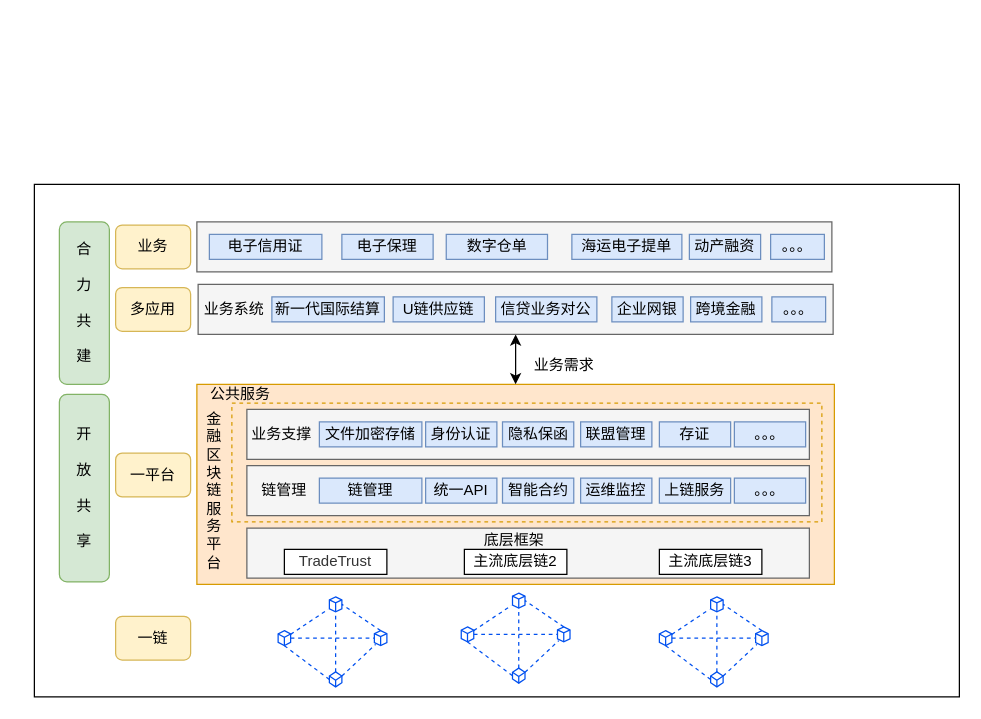
Before: 区块链金融服务.drawio in wuchenxi123/draw, a draw.io diagram. Source tidied: cells renumbered, new cells numbered last; positions are measured from the earlier drawing's top-left corner, leaving out a move shared by most shapes. Both pictures are drawn from the tidied source at 125%, with x=0, y=0 at pixel (34, 184).
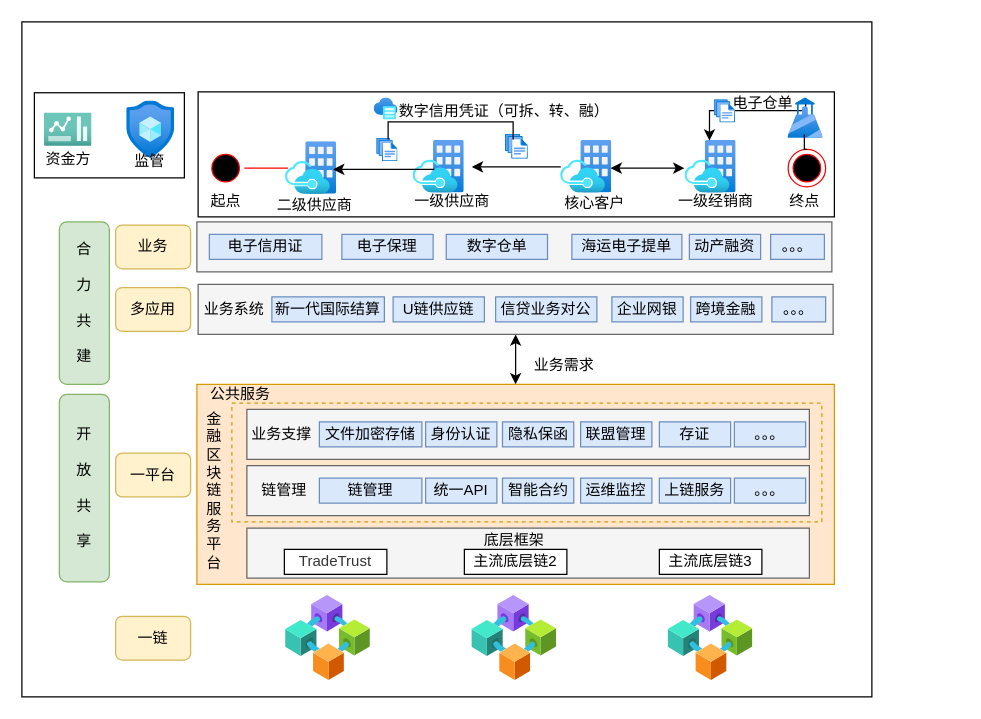
The same diagram, later.

Commit message:
区块链金融服务.drawio

Diff of the diagram source:
```diff
@@
     <mxCell id="2" style="rounded=0;whiteSpace=wrap;html=1;" parent="1" vertex="1">
-      <mxGeometry width="740" height="410" as="geometry" />
+      <mxGeometry x="-10" y="-130" width="680" height="540" as="geometry" />
     </mxCell>
@@
-    <mxCell id="30" style="html=1;shape=mxgraph.basic.isocube;isoAngle=15;strokeColor=#0050EF;" parent="1" vertex="1">
-      <mxGeometry x="236" y="330" width="10" height="12" as="geometry" />
-    </mxCell>
-    <mxCell id="31" style="endArrow=none;html=1;rounded=0;dashed=1;strokeColor=#0050EF;" parent="1" edge="1">
-      <mxGeometry relative="1" as="geometry">
-        <mxPoint x="205" y="360" as="sourcePoint" />
-        <mxPoint x="235" y="340" as="targetPoint" />
-      </mxGeometry>
-    </mxCell>
-    <mxCell id="32" style="html=1;shape=mxgraph.basic.isocube;isoAngle=16.5;strokeColor=#0050EF;" parent="1" vertex="1">
-      <mxGeometry x="195" y="357" width="10" height="12" as="geometry" />
-    </mxCell>
-    <mxCell id="33" style="html=1;shape=mxgraph.basic.isocube;isoAngle=20.5;strokeColor=#0050EF;" parent="1" vertex="1">
-      <mxGeometry x="236" y="390" width="10" height="12" as="geometry" />
-    </mxCell>
-    <mxCell id="34" style="html=1;shape=mxgraph.basic.isocube;isoAngle=15;strokeColor=#0050EF;" parent="1" vertex="1">
-      <mxGeometry x="272" y="357" width="10" height="12" as="geometry" />
-    </mxCell>
-    <mxCell id="35" style="endArrow=none;html=1;rounded=0;entryX=1;entryY=0.5;entryDx=0;entryDy=0;entryPerimeter=0;exitX=0.5;exitY=0;exitDx=0;exitDy=0;exitPerimeter=0;dashed=1;strokeColor=#0050EF;" parent="1" edge="1" source="34" target="30">
-      <mxGeometry relative="1" as="geometry" />
-    </mxCell>
-    <mxCell id="36" style="endArrow=none;html=1;rounded=0;exitX=0.5;exitY=1;exitDx=0;exitDy=0;exitPerimeter=0;entryX=0;entryY=0.5;entryDx=0;entryDy=0;entryPerimeter=0;dashed=1;strokeColor=#0050EF;" parent="1" edge="1" source="32" target="33">
-      <mxGeometry relative="1" as="geometry" />
-    </mxCell>
-    <mxCell id="37" style="endArrow=none;html=1;rounded=0;exitX=0;exitY=0;exitDx=10;exitDy=3.336252395631514;exitPerimeter=0;dashed=1;strokeColor=#0050EF;" parent="1" edge="1" source="33">
-      <mxGeometry relative="1" as="geometry">
-        <mxPoint x="273" y="368" as="targetPoint" />
-      </mxGeometry>
-    </mxCell>
-    <mxCell id="38" style="endArrow=none;html=1;rounded=0;exitX=0.5;exitY=0;exitDx=0;exitDy=0;exitPerimeter=0;entryX=0.5;entryY=1;entryDx=0;entryDy=0;entryPerimeter=0;dashed=1;strokeColor=#0050EF;" parent="1" edge="1" source="33" target="30">
-      <mxGeometry relative="1" as="geometry" />
-    </mxCell>
-    <mxCell id="39" style="endArrow=none;html=1;rounded=0;exitX=1;exitY=0.5;exitDx=0;exitDy=0;exitPerimeter=0;entryX=0;entryY=0.5;entryDx=0;entryDy=0;entryPerimeter=0;dashed=1;strokeColor=#0050EF;" parent="1" edge="1" source="32" target="34">
-      <mxGeometry relative="1" as="geometry" />
-    </mxCell>
-    <mxCell id="40" style="html=1;shape=mxgraph.basic.isocube;isoAngle=15;strokeColor=#0050EF;" parent="1" vertex="1">
-      <mxGeometry x="382.5" y="327" width="10" height="12" as="geometry" />
-    </mxCell>
-    <mxCell id="41" style="endArrow=none;html=1;rounded=0;dashed=1;strokeColor=#0050EF;" parent="1" edge="1">
-      <mxGeometry relative="1" as="geometry">
-        <mxPoint x="351.5" y="357" as="sourcePoint" />
-        <mxPoint x="381.5" y="337" as="targetPoint" />
-      </mxGeometry>
-    </mxCell>
-    <mxCell id="42" style="html=1;shape=mxgraph.basic.isocube;isoAngle=16.5;strokeColor=#0050EF;" parent="1" vertex="1">
-      <mxGeometry x="341.5" y="354" width="10" height="12" as="geometry" />
-    </mxCell>
-    <mxCell id="43" style="html=1;shape=mxgraph.basic.isocube;isoAngle=20.5;strokeColor=#0050EF;" parent="1" vertex="1">
-      <mxGeometry x="382.5" y="387" width="10" height="12" as="geometry" />
-    </mxCell>
-    <mxCell id="44" style="html=1;shape=mxgraph.basic.isocube;isoAngle=15;strokeColor=#0050EF;" parent="1" vertex="1">
-      <mxGeometry x="418.5" y="354" width="10" height="12" as="geometry" />
-    </mxCell>
-    <mxCell id="45" style="endArrow=none;html=1;rounded=0;entryX=1;entryY=0.5;entryDx=0;entryDy=0;entryPerimeter=0;exitX=0.5;exitY=0;exitDx=0;exitDy=0;exitPerimeter=0;dashed=1;strokeColor=#0050EF;" parent="1" edge="1" source="44" target="40">
-      <mxGeometry relative="1" as="geometry" />
-    </mxCell>
-    <mxCell id="46" style="endArrow=none;html=1;rounded=0;exitX=0.5;exitY=1;exitDx=0;exitDy=0;exitPerimeter=0;entryX=0;entryY=0.5;entryDx=0;entryDy=0;entryPerimeter=0;dashed=1;strokeColor=#0050EF;" parent="1" edge="1" source="42" target="43">
-      <mxGeometry relative="1" as="geometry" />
-    </mxCell>
-    <mxCell id="47" style="endArrow=none;html=1;rounded=0;exitX=0;exitY=0;exitDx=10;exitDy=3.336252395631514;exitPerimeter=0;dashed=1;strokeColor=#0050EF;" parent="1" edge="1" source="43">
-      <mxGeometry relative="1" as="geometry">
-        <mxPoint x="419.5" y="365" as="targetPoint" />
-      </mxGeometry>
-    </mxCell>
-    <mxCell id="48" style="endArrow=none;html=1;rounded=0;exitX=0.5;exitY=0;exitDx=0;exitDy=0;exitPerimeter=0;entryX=0.5;entryY=1;entryDx=0;entryDy=0;entryPerimeter=0;dashed=1;strokeColor=#0050EF;" parent="1" edge="1" source="43" target="40">
-      <mxGeometry relative="1" as="geometry" />
-    </mxCell>
-    <mxCell id="49" style="endArrow=none;html=1;rounded=0;exitX=1;exitY=0.5;exitDx=0;exitDy=0;exitPerimeter=0;entryX=0;entryY=0.5;entryDx=0;entryDy=0;entryPerimeter=0;dashed=1;strokeColor=#0050EF;" parent="1" edge="1" source="42" target="44">
-      <mxGeometry relative="1" as="geometry" />
-    </mxCell>
-    <mxCell id="50" style="html=1;shape=mxgraph.basic.isocube;isoAngle=15;strokeColor=#0050EF;" parent="1" vertex="1">
-      <mxGeometry x="541" y="330" width="10" height="12" as="geometry" />
-    </mxCell>
-    <mxCell id="51" style="endArrow=none;html=1;rounded=0;dashed=1;strokeColor=#0050EF;" parent="1" edge="1">
-      <mxGeometry relative="1" as="geometry">
-        <mxPoint x="510" y="360" as="sourcePoint" />
-        <mxPoint x="540" y="340" as="targetPoint" />
-      </mxGeometry>
-    </mxCell>
-    <mxCell id="52" style="html=1;shape=mxgraph.basic.isocube;isoAngle=16.5;strokeColor=#0050EF;" parent="1" vertex="1">
-      <mxGeometry x="500" y="357" width="10" height="12" as="geometry" />
-    </mxCell>
-    <mxCell id="53" style="html=1;shape=mxgraph.basic.isocube;isoAngle=20.5;strokeColor=#0050EF;" parent="1" vertex="1">
-      <mxGeometry x="541" y="390" width="10" height="12" as="geometry" />
-    </mxCell>
-    <mxCell id="54" style="html=1;shape=mxgraph.basic.isocube;isoAngle=15;strokeColor=#0050EF;" parent="1" vertex="1">
-      <mxGeometry x="577" y="357" width="10" height="12" as="geometry" />
-    </mxCell>
-    <mxCell id="55" style="endArrow=none;html=1;rounded=0;entryX=1;entryY=0.5;entryDx=0;entryDy=0;entryPerimeter=0;exitX=0.5;exitY=0;exitDx=0;exitDy=0;exitPerimeter=0;dashed=1;strokeColor=#0050EF;" parent="1" edge="1" source="54" target="50">
-      <mxGeometry relative="1" as="geometry" />
-    </mxCell>
-    <mxCell id="56" style="endArrow=none;html=1;rounded=0;exitX=0.5;exitY=1;exitDx=0;exitDy=0;exitPerimeter=0;entryX=0;entryY=0.5;entryDx=0;entryDy=0;entryPerimeter=0;dashed=1;strokeColor=#0050EF;" parent="1" edge="1" source="52" target="53">
-      <mxGeometry relative="1" as="geometry" />
-    </mxCell>
-    <mxCell id="57" style="endArrow=none;html=1;rounded=0;exitX=0;exitY=0;exitDx=10;exitDy=3.336252395631514;exitPerimeter=0;dashed=1;strokeColor=#0050EF;" parent="1" edge="1" source="53">
-      <mxGeometry relative="1" as="geometry">
-        <mxPoint x="578" y="368" as="targetPoint" />
-      </mxGeometry>
-    </mxCell>
-    <mxCell id="58" style="endArrow=none;html=1;rounded=0;exitX=0.5;exitY=0;exitDx=0;exitDy=0;exitPerimeter=0;entryX=0.5;entryY=1;entryDx=0;entryDy=0;entryPerimeter=0;dashed=1;strokeColor=#0050EF;" parent="1" edge="1" source="53" target="50">
-      <mxGeometry relative="1" as="geometry" />
-    </mxCell>
-    <mxCell id="59" style="endArrow=none;html=1;rounded=0;exitX=1;exitY=0.5;exitDx=0;exitDy=0;exitPerimeter=0;entryX=0;entryY=0.5;entryDx=0;entryDy=0;entryPerimeter=0;dashed=1;strokeColor=#0050EF;" parent="1" edge="1" source="52" target="54">
-      <mxGeometry relative="1" as="geometry" />
-    </mxCell>
@@
+    <mxCell id="81" style="rounded=0;whiteSpace=wrap;html=1;" parent="1" vertex="1">
+      <mxGeometry x="131" y="-74" width="509" height="100" as="geometry" />
+    </mxCell>
+    <mxCell id="82" style="image;html=1;align=center;fontSize=12;image=img/lib/azure2/blockchain/Consortium.svg;" parent="1" vertex="1">
+      <mxGeometry x="201" y="329" width="68" height="68" as="geometry" />
+    </mxCell>
+    <mxCell id="83" style="image;html=1;align=center;fontSize=12;image=img/lib/azure2/blockchain/Consortium.svg;" parent="1" vertex="1">
+      <mxGeometry x="507" y="329" width="68" height="68" as="geometry" />
+    </mxCell>
+    <mxCell id="84" style="image;html=1;align=center;fontSize=12;image=img/lib/azure2/blockchain/Consortium.svg;" parent="1" vertex="1">
+      <mxGeometry x="350" y="329" width="68" height="68" as="geometry" />
+    </mxCell>
+    <mxCell id="85" style="image;html=1;points=[];align=center;fontSize=12;image=img/lib/azure2/azure_stack/Azure_Stack.svg;" parent="1" vertex="1">
+      <mxGeometry x="201" y="-34.1" width="40.9" height="42.2" as="geometry" />
+    </mxCell>
+    <mxCell id="86" style="ellipse;html=1;shape=startState;fillColor=#000000;strokeColor=#ff0000;" parent="1" vertex="1">
+      <mxGeometry x="138" y="-28" width="30" height="30" as="geometry" />
+    </mxCell>
+    <mxCell id="87" style="edgeStyle=orthogonalEdgeStyle;html=1;verticalAlign=bottom;endArrow=none;endSize=8;strokeColor=#ff0000;rounded=0;entryX=0.046;entryY=0.5;entryDx=0;entryDy=0;entryPerimeter=0;endFill=0;" parent="1" edge="1" source="86" target="85">
+      <mxGeometry relative="1" as="geometry" />
+    </mxCell>
+    <mxCell id="88" style="ellipse;html=1;shape=endState;fillColor=#000000;strokeColor=#ff0000;" parent="1" vertex="1">
+      <mxGeometry x="603" y="-28" width="30" height="30" as="geometry" />
+    </mxCell>
+    <mxCell id="89" style="image;html=1;align=center;fontSize=12;image=img/lib/azure2/azure_stack/Azure_Stack.svg;" parent="1" vertex="1">
+      <mxGeometry x="303.1" y="-35.1" width="40.9" height="42.2" as="geometry" />
+    </mxCell>
+    <mxCell id="90" style="image;html=1;points=[];align=center;fontSize=12;image=img/lib/azure2/azure_stack/Azure_Stack.svg;" parent="1" vertex="1">
+      <mxGeometry x="421.1" y="-35.1" width="40.9" height="42.2" as="geometry" />
+    </mxCell>
+    <mxCell id="91" style="image;html=1;points=[];align=center;fontSize=12;image=img/lib/azure2/azure_stack/Azure_Stack.svg;" parent="1" vertex="1">
+      <mxGeometry x="520.6" y="-35.1" width="40.9" height="42.2" as="geometry" />
+    </mxCell>
+    <mxCell id="92" style="edgeStyle=orthogonalEdgeStyle;rounded=0;jettySize=auto;html=1;exitX=0.5;exitY=0;exitDx=0;exitDy=0;entryX=0.476;entryY=0.002;entryDx=0;entryDy=0;entryPerimeter=0;" parent="1" edge="1" source="94" target="91">
+      <mxGeometry relative="1" as="geometry">
+        <Array as="points">
+          <mxPoint x="617" y="-59" />
+          <mxPoint x="540" y="-59" />
+        </Array>
+      </mxGeometry>
+    </mxCell>
+    <mxCell id="93" style="image;html=1;align=center;fontSize=12;image=img/lib/azure2/general/Files.svg;" parent="1" vertex="1">
+      <mxGeometry x="544" y="-67.6" width="17" height="18.6" as="geometry" />
+    </mxCell>
+    <mxCell id="94" style="image;html=1;points=[];align=center;fontSize=12;image=img/lib/azure2/management_governance/Azure_Lighthouse.svg;" parent="1" vertex="1">
+      <mxGeometry x="603" y="-69" width="28" height="32.3" as="geometry" />
+    </mxCell>
+    <mxCell id="95" style="edgeStyle=orthogonalEdgeStyle;rounded=0;jettySize=auto;html=1;exitX=0.5;exitY=0;exitDx=0;exitDy=0;entryX=0.464;entryY=0.899;entryDx=0;entryDy=0;entryPerimeter=0;endArrow=none;endFill=0;" parent="1" edge="1" source="88" target="94">
+      <mxGeometry relative="1" as="geometry" />
+    </mxCell>
+    <mxCell id="96" value="电子仓单" style="text;html=1;align=center;verticalAlign=middle;whiteSpace=wrap;rounded=0;" parent="1" vertex="1">
+      <mxGeometry x="553" y="-80" width="60" height="30" as="geometry" />
+    </mxCell>
+    <mxCell id="97" value="一级经销商" style="text;html=1;align=center;verticalAlign=middle;whiteSpace=wrap;rounded=0;" parent="1" vertex="1">
+      <mxGeometry x="511" y="-1" width="69" height="30" as="geometry" />
+    </mxCell>
+    <mxCell id="98" value="核心客户" style="text;html=1;align=center;verticalAlign=middle;whiteSpace=wrap;rounded=0;" parent="1" vertex="1">
+      <mxGeometry x="414" width="69" height="30" as="geometry" />
+    </mxCell>
+    <mxCell id="99" value="一级供应商" style="text;html=1;align=center;verticalAlign=middle;whiteSpace=wrap;rounded=0;" parent="1" vertex="1">
+      <mxGeometry x="300" y="-1" width="69" height="30" as="geometry" />
+    </mxCell>
+    <mxCell id="100" value="二级供应商" style="text;html=1;align=center;verticalAlign=middle;whiteSpace=wrap;rounded=0;" parent="1" vertex="1">
+      <mxGeometry x="190" y="2" width="69" height="30" as="geometry" />
+    </mxCell>
+    <mxCell id="101" value="终点" style="text;html=1;align=center;verticalAlign=middle;whiteSpace=wrap;rounded=0;" parent="1" vertex="1">
+      <mxGeometry x="582" y="-1" width="69" height="30" as="geometry" />
+    </mxCell>
+    <mxCell id="102" value="起点" style="text;html=1;align=center;verticalAlign=middle;whiteSpace=wrap;rounded=0;" parent="1" vertex="1">
+      <mxGeometry x="118.5" y="-1" width="69" height="30" as="geometry" />
+    </mxCell>
+    <mxCell id="103" style="image;html=1;align=center;fontSize=12;image=img/lib/azure2/general/Files.svg;" parent="1" vertex="1">
+      <mxGeometry x="377" y="-40" width="18.3" height="20" as="geometry" />
+    </mxCell>
+    <mxCell id="104" style="endArrow=classic;html=1;rounded=0;" parent="1" edge="1" source="90">
+      <mxGeometry relative="1" as="geometry">
+        <mxPoint x="350" y="-14" as="targetPoint" />
+      </mxGeometry>
+    </mxCell>
+    <mxCell id="105" style="endArrow=classic;html=1;rounded=0;entryX=0.93;entryY=0.524;entryDx=0;entryDy=0;entryPerimeter=0;" parent="1" edge="1" target="85">
+      <mxGeometry relative="1" as="geometry">
+        <mxPoint x="320" y="-12" as="sourcePoint" />
+      </mxGeometry>
+    </mxCell>
+    <mxCell id="106" style="endArrow=classic;startArrow=classic;html=1;rounded=0;exitX=0.976;exitY=0.524;exitDx=0;exitDy=0;exitPerimeter=0;" parent="1" edge="1" source="90">
+      <mxGeometry relative="1" as="geometry">
+        <mxPoint x="520" y="-13" as="targetPoint" />
+      </mxGeometry>
+    </mxCell>
+    <mxCell id="107" style="image;html=1;align=center;fontSize=12;image=img/lib/azure2/general/Files.svg;" parent="1" vertex="1">
+      <mxGeometry x="274" y="-36.7" width="17" height="18.6" as="geometry" />
+    </mxCell>
+    <mxCell id="108" style="shape=partialRectangle;whiteSpace=wrap;html=1;bottom=1;right=1;left=1;top=0;fillColor=none;routingCenterX=-0.5;direction=west;" parent="1" vertex="1">
+      <mxGeometry x="283" y="-50" width="100" height="13.5" as="geometry" />
+    </mxCell>
+    <mxCell id="109" style="image;html=1;align=center;fontSize=12;image=img/lib/azure2/storage/Azure_HCP_Cache.svg;" parent="1" vertex="1">
+      <mxGeometry x="272" y="-69" width="19" height="17.6" as="geometry" />
+    </mxCell>
+    <mxCell id="110" value="数字信用凭证（可拆、转、融）" style="text;html=1;align=center;verticalAlign=middle;whiteSpace=wrap;rounded=0;" parent="1" vertex="1">
+      <mxGeometry x="288" y="-73.3" width="176" height="30" as="geometry" />
+    </mxCell>
+    <mxCell id="111" style="rounded=0;whiteSpace=wrap;html=1;" parent="1" vertex="1">
+      <mxGeometry y="-73.3" width="120" height="68.1" as="geometry" />
+    </mxCell>
+    <mxCell id="112" style="image;html=1;align=center;fontSize=12;image=img/lib/azure2/other/Resource_Guard.svg;" parent="1" vertex="1">
+      <mxGeometry x="74" y="-66.7" width="38.3" height="46" as="geometry" />
+    </mxCell>
+    <mxCell id="113" style="image;html=1;align=center;fontSize=12;image=img/lib/azure2/general/Dashboard2.svg;" parent="1" vertex="1">
+      <mxGeometry x="8.2" y="-57.1" width="38" height="26.8" as="geometry" />
+    </mxCell>
+    <mxCell id="114" value="资金方" style="text;html=1;align=center;verticalAlign=middle;whiteSpace=wrap;rounded=0;" parent="1" vertex="1">
+      <mxGeometry x="6.7" y="-27.2" width="41" height="15" as="geometry" />
+    </mxCell>
+    <mxCell id="115" value="监管" style="text;html=1;align=center;verticalAlign=middle;whiteSpace=wrap;rounded=0;" parent="1" vertex="1">
+      <mxGeometry x="72.3" y="-25.2" width="41" height="15" as="geometry" />
+    </mxCell>
```
